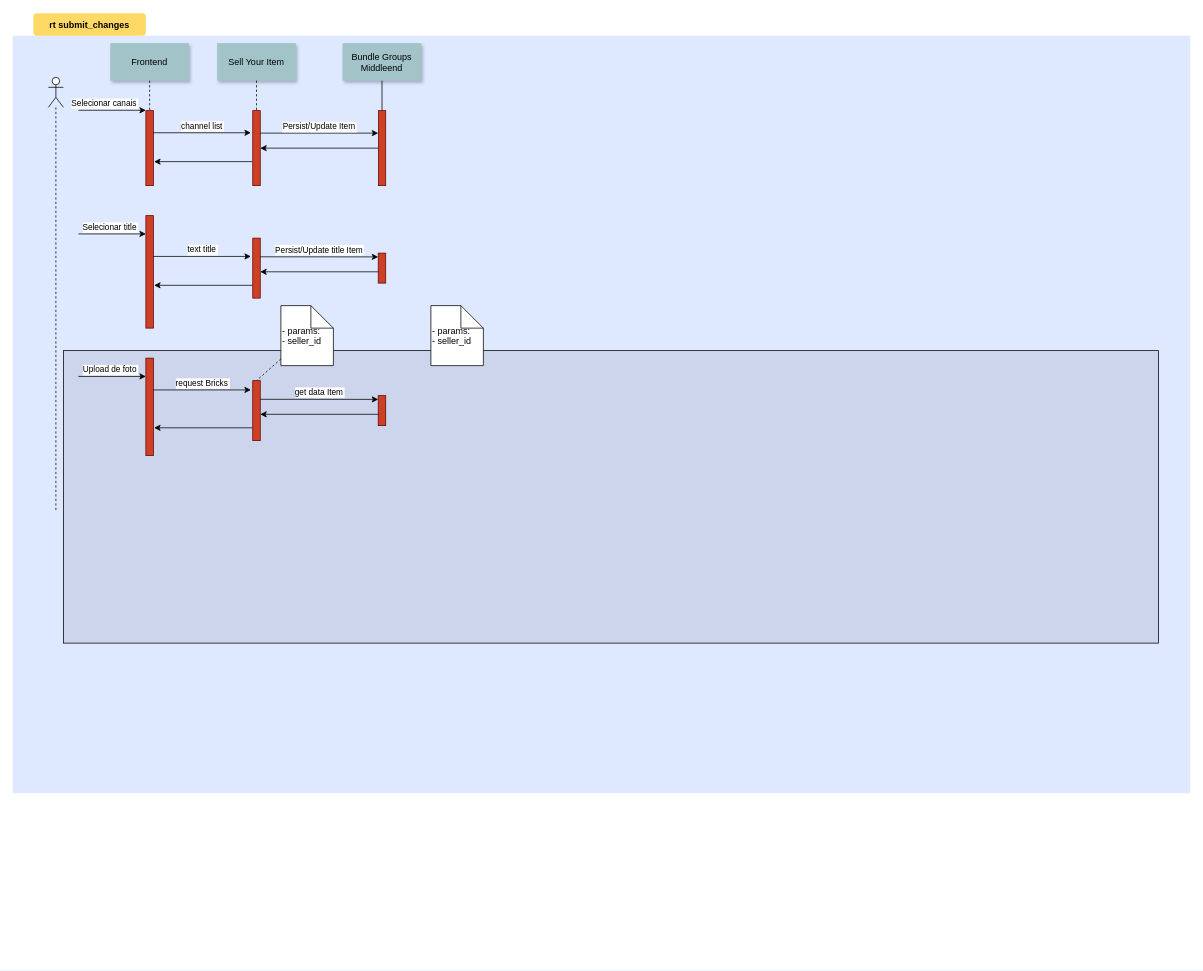
This is pasta/Diagrama sem nome.drawio from duducordeiro/draw, a draw.io file, before an edit. Source tidied: cells renumbered, new cells numbered last; positions are measured from the earlier drawing's top-left corner, leaving out a move shared by most shapes. Both pictures are drawn from the tidied source at 75%, with x=0, y=0 at pixel (12, 13).
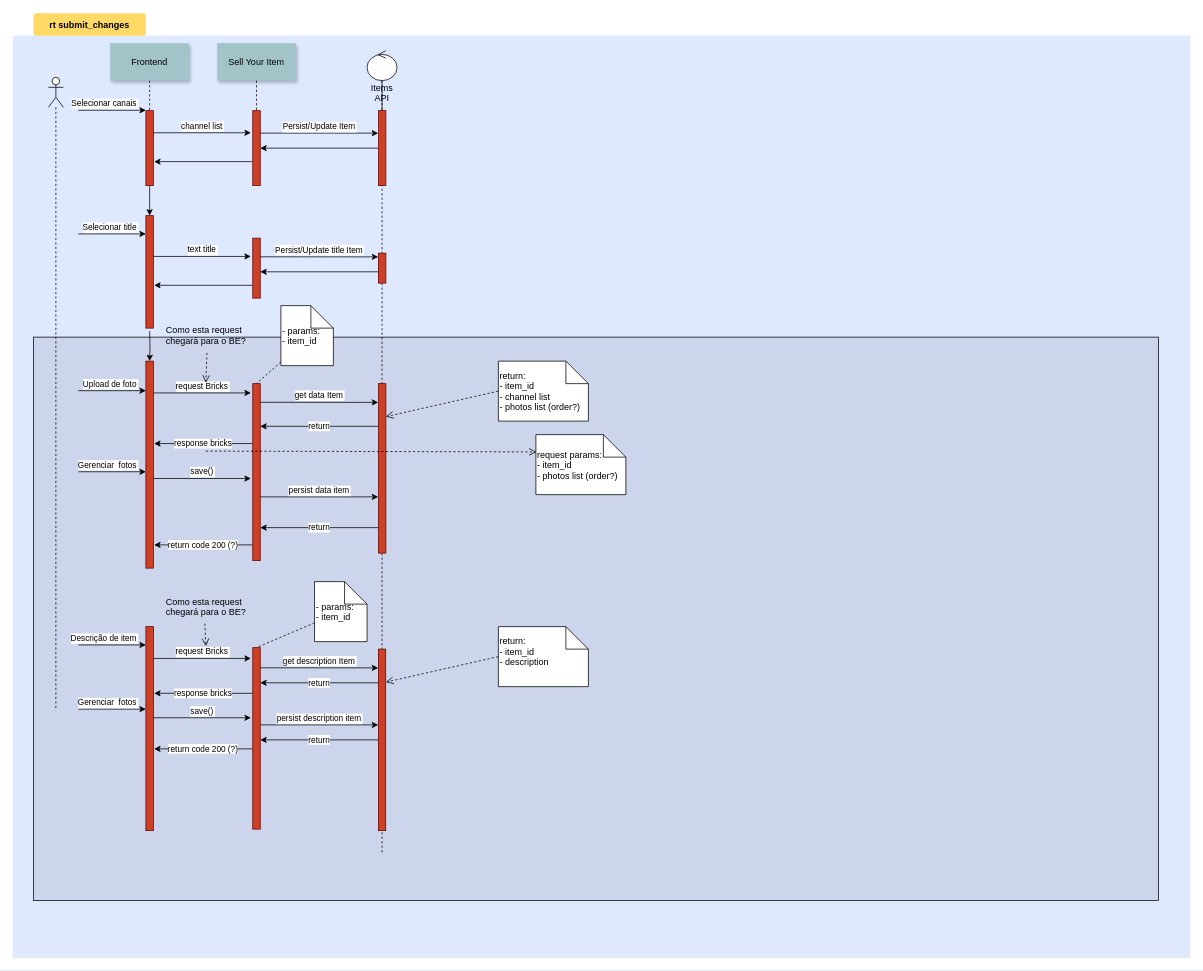
The same page after the edit.

Unchanged cells that the change refers to:
```xml
<mxCell id="4" style="fillColor=#CC4125;strokeColor=#660000;" parent="1" vertex="1">
  <mxGeometry x="178" y="130" width="10" height="100" as="geometry" />
</mxCell>
<mxCell id="22" style="fillColor=#CC4125;strokeColor=#660000;" parent="1" vertex="1">
  <mxGeometry x="178" y="270" width="10" height="150" as="geometry" />
</mxCell>
```

Diff of the diagram source:
```diff
@@
     <mxCell id="2" style="fillColor=#DEE8FF;strokeColor=none;" parent="1" vertex="1">
-      <mxGeometry x="0.5" y="30" width="1570" height="1010" as="geometry" />
+      <mxGeometry x="0.5" y="30" width="1570" height="1230" as="geometry" />
     </mxCell>
     <mxCell id="3" style="fillColor=#CCD5EB;" parent="1" vertex="1">
-      <mxGeometry x="68" y="450" width="1460" height="390" as="geometry" />
+      <mxGeometry x="28" y="432" width="1500" height="751" as="geometry" />
     </mxCell>
+    <mxCell id="39" style="edgeStyle=orthogonalEdgeStyle;rounded=0;jettySize=auto;html=1;" parent="1" edge="1" source="4" target="22">
+      <mxGeometry relative="1" as="geometry" />
+    </mxCell>
@@
-    <mxCell id="12" value="Bundle Groups &#10;Middleend" style="shadow=1;fillColor=#A2C4C9;strokeColor=none;" parent="1" vertex="1">
-      <mxGeometry x="440.3" y="40" width="105" height="50" as="geometry" />
-    </mxCell>
-    <mxCell id="13" style="edgeStyle=none;endArrow=none;" parent="1" edge="1" source="12" target="15">
-      <mxGeometry x="437" y="270" as="geometry" />
+    <mxCell id="13" style="edgeStyle=none;endArrow=none;" parent="1" edge="1" target="15">
+      <mxGeometry x="437" y="270" as="geometry">
+        <mxPoint x="492.8" y="90" as="sourcePoint" />
+      </mxGeometry>
     </mxCell>
@@
-    <mxCell id="15" style="fillColor=#CC4125;strokeColor=#660000;" parent="1" vertex="1">
-      <mxGeometry x="488" y="130" width="9.8" height="100" as="geometry" />
-    </mxCell>
@@
-    <mxCell id="18" value="- params:&#10;- seller_id" style="shape=note;align=left;" parent="1" vertex="1">
+    <mxCell id="18" value="- params:&#10;- item_id" style="shape=note;align=left;" parent="1" vertex="1">
       <mxGeometry x="358" y="390" width="70" height="80" as="geometry" />
     </mxCell>
-    <mxCell id="19" style="edgeStyle=none;endArrow=none;dashed=1;entryX=0.5;entryY=0;entryDx=0;entryDy=0;" parent="1" edge="1" source="18" target="31">
-      <mxGeometry x="1030" y="180" as="geometry" />
+    <mxCell id="19" style="edgeStyle=none;endArrow=none;dashed=1;entryX=0.5;entryY=0;entryDx=0;entryDy=0;" parent="1" edge="1" target="31">
+      <mxGeometry x="1030" y="184" as="geometry">
+        <mxPoint x="358" y="465.1" as="sourcePoint" />
+      </mxGeometry>
     </mxCell>
@@
     <mxCell id="21" style="shape=umlLifeline;participant=umlActor;perimeter=lifelinePerimeter;whiteSpace=wrap;html=1;verticalAlign=top;spacingTop=36;" parent="1" vertex="1">
-      <mxGeometry x="48" y="85.6" width="20" height="580" as="geometry" />
+      <mxGeometry x="48" y="85.6" width="20" height="844.4" as="geometry" />
     </mxCell>
+    <mxCell id="40" style="edgeStyle=orthogonalEdgeStyle;rounded=0;jettySize=auto;html=1;entryX=0.5;entryY=0;entryDx=0;entryDy=0;" parent="1" edge="1" target="30">
+      <mxGeometry relative="1" as="geometry">
+        <mxPoint x="183" y="424" as="sourcePoint" />
+      </mxGeometry>
+    </mxCell>
@@
-    <mxCell id="24" style="fillColor=#CC4125;strokeColor=#660000;" parent="1" vertex="1">
-      <mxGeometry x="487.8" y="320" width="10" height="40" as="geometry" />
-    </mxCell>
@@
     <mxCell id="30" style="fillColor=#CC4125;strokeColor=#660000;" parent="1" vertex="1">
-      <mxGeometry x="178" y="460" width="10" height="130" as="geometry" />
+      <mxGeometry x="178" y="464" width="10" height="276" as="geometry" />
     </mxCell>
     <mxCell id="31" style="fillColor=#CC4125;strokeColor=#660000;" parent="1" vertex="1">
-      <mxGeometry x="320.5" y="490" width="10" height="80" as="geometry" />
+      <mxGeometry x="320.5" y="494" width="10" height="236" as="geometry" />
     </mxCell>
-    <mxCell id="32" style="fillColor=#CC4125;strokeColor=#660000;" parent="1" vertex="1">
-      <mxGeometry x="487.8" y="510" width="10" height="40" as="geometry" />
-    </mxCell>
     <mxCell id="33" value="Upload de foto" style="edgeStyle=none;verticalLabelPosition=top;verticalAlign=bottom;labelPosition=left;align=right;" parent="1" edge="1">
-      <mxGeometry y="354.9" as="geometry">
-        <mxPoint x="88" y="484.4" as="sourcePoint" />
-        <mxPoint x="178" y="484.4" as="targetPoint" />
+      <mxGeometry y="373.9" as="geometry">
+        <mxPoint x="88" y="503.4" as="sourcePoint" />
+        <mxPoint x="178" y="503.4" as="targetPoint" />
         <mxPoint x="35" as="offset" />
       </mxGeometry>
     </mxCell>
-    <mxCell id="34" style="edgeStyle=orthogonalEdgeStyle;rounded=0;orthogonalLoop=1;jettySize=auto;html=1;entryX=1.1;entryY=0.68;entryDx=0;entryDy=0;exitX=-0.05;exitY=0.68;exitDx=0;exitDy=0;exitPerimeter=0;entryPerimeter=0;" parent="1" edge="1">
+    <mxCell id="34" value="response bricks" style="edgeStyle=orthogonalEdgeStyle;rounded=0;orthogonalLoop=1;jettySize=auto;html=1;entryX=1.1;entryY=0.68;entryDx=0;entryDy=0;exitX=-0.05;exitY=0.68;exitDx=0;exitDy=0;exitPerimeter=0;entryPerimeter=0;" parent="1" edge="1">
       <mxGeometry relative="1" as="geometry">
-        <mxPoint x="320" y="552.9" as="sourcePoint" />
-        <mxPoint x="189" y="552.9" as="targetPoint" />
+        <mxPoint x="320" y="573.9" as="sourcePoint" />
+        <mxPoint x="189" y="573.9" as="targetPoint" />
       </mxGeometry>
     </mxCell>
     <mxCell id="35" value="request Bricks" style="edgeStyle=none;verticalLabelPosition=top;verticalAlign=bottom;" parent="1" edge="1">
-      <mxGeometry x="220" y="434.9" as="geometry">
-        <mxPoint x="188" y="502.4" as="sourcePoint" />
-        <mxPoint x="318" y="502.4" as="targetPoint" />
+      <mxGeometry x="220" y="438.9" as="geometry">
+        <mxPoint x="188" y="506.4" as="sourcePoint" />
+        <mxPoint x="318" y="506.4" as="targetPoint" />
       </mxGeometry>
     </mxCell>
-    <mxCell id="36" style="edgeStyle=orthogonalEdgeStyle;rounded=0;orthogonalLoop=1;jettySize=auto;html=1;entryX=1;entryY=0.5;entryDx=0;entryDy=0;" parent="1" edge="1">
+    <mxCell id="36" value="return" style="edgeStyle=orthogonalEdgeStyle;rounded=0;orthogonalLoop=1;jettySize=auto;html=1;entryX=1;entryY=0.5;entryDx=0;entryDy=0;" parent="1" edge="1">
       <mxGeometry relative="1" as="geometry">
-        <mxPoint x="488" y="534.9" as="sourcePoint" />
-        <mxPoint x="330.5" y="534.9" as="targetPoint" />
+        <mxPoint x="488" y="550.9" as="sourcePoint" />
+        <mxPoint x="330.5" y="550.9" as="targetPoint" />
       </mxGeometry>
     </mxCell>
     <mxCell id="37" value="get data Item" style="edgeStyle=elbowEdgeStyle;elbow=vertical;verticalLabelPosition=top;verticalAlign=bottom;" parent="1" edge="1">
-      <mxGeometry x="350" y="572.9" as="geometry">
-        <mxPoint x="330.5" y="514.9" as="sourcePoint" />
-        <mxPoint x="487.8" y="514.9" as="targetPoint" />
+      <mxGeometry x="350" y="576.9" as="geometry">
+        <mxPoint x="330.5" y="518.9" as="sourcePoint" />
+        <mxPoint x="487.8" y="518.9" as="targetPoint" />
       </mxGeometry>
     </mxCell>
-    <mxCell id="38" value="- params:&#10;- seller_id" style="shape=note;align=left;" parent="1" vertex="1">
-      <mxGeometry x="558" y="390" width="70" height="80" as="geometry" />
+    <mxCell id="38" value="return:&#10;- item_id&#10;- channel list&#10;- photos list (order?)" style="shape=note;align=left;" parent="1" vertex="1">
+      <mxGeometry x="648" y="464" width="120" height="80" as="geometry" />
     </mxCell>
+    <mxCell id="41" value="&lt;span style=&quot;&quot;&gt;Items API&lt;/span&gt;" style="shape=umlLifeline;participant=umlControl;perimeter=lifelinePerimeter;whiteSpace=wrap;html=1;verticalAlign=top;spacingTop=36;" parent="1" vertex="1">
+      <mxGeometry x="472.9" y="50" width="40" height="1070" as="geometry" />
+    </mxCell>
+    <mxCell id="15" style="fillColor=#CC4125;strokeColor=#660000;" parent="41" vertex="1">
+      <mxGeometry x="15.3" y="80" width="9.8" height="100" as="geometry" />
+    </mxCell>
+    <mxCell id="24" style="fillColor=#CC4125;strokeColor=#660000;" parent="41" vertex="1">
+      <mxGeometry x="15.1" y="270" width="10" height="40" as="geometry" />
+    </mxCell>
+    <mxCell id="32" style="fillColor=#CC4125;strokeColor=#660000;" parent="41" vertex="1">
+      <mxGeometry x="15.3" y="444" width="9.8" height="226" as="geometry" />
+    </mxCell>
+    <mxCell id="42" style="fillColor=#CC4125;strokeColor=#660000;" parent="41" vertex="1">
+      <mxGeometry x="15.1" y="798" width="9.8" height="242" as="geometry" />
+    </mxCell>
+    <mxCell id="43" value="return code 200 (?)" style="edgeStyle=orthogonalEdgeStyle;rounded=0;orthogonalLoop=1;jettySize=auto;html=1;entryX=1.1;entryY=0.68;entryDx=0;entryDy=0;exitX=-0.05;exitY=0.68;exitDx=0;exitDy=0;exitPerimeter=0;entryPerimeter=0;" parent="1" edge="1">
+      <mxGeometry relative="1" as="geometry">
+        <mxPoint x="320" y="709" as="sourcePoint" />
+        <mxPoint x="189" y="709" as="targetPoint" />
+      </mxGeometry>
+    </mxCell>
+    <mxCell id="44" value="save()" style="edgeStyle=none;verticalLabelPosition=top;verticalAlign=bottom;" parent="1" edge="1">
+      <mxGeometry x="220" y="553" as="geometry">
+        <mxPoint x="188" y="620.5" as="sourcePoint" />
+        <mxPoint x="318" y="620.5" as="targetPoint" />
+      </mxGeometry>
+    </mxCell>
+    <mxCell id="45" value="return" style="edgeStyle=orthogonalEdgeStyle;rounded=0;orthogonalLoop=1;jettySize=auto;html=1;entryX=1;entryY=0.5;entryDx=0;entryDy=0;" parent="1" edge="1">
+      <mxGeometry relative="1" as="geometry">
+        <mxPoint x="488" y="686" as="sourcePoint" />
+        <mxPoint x="330.5" y="686" as="targetPoint" />
+      </mxGeometry>
+    </mxCell>
+    <mxCell id="46" value="persist data item" style="edgeStyle=elbowEdgeStyle;elbow=vertical;verticalLabelPosition=top;verticalAlign=bottom;" parent="1" edge="1">
+      <mxGeometry x="350" y="703" as="geometry">
+        <mxPoint x="330.5" y="645" as="sourcePoint" />
+        <mxPoint x="487.8" y="645" as="targetPoint" />
+      </mxGeometry>
+    </mxCell>
+    <mxCell id="47" value="Gerenciar  fotos" style="edgeStyle=none;verticalLabelPosition=top;verticalAlign=bottom;labelPosition=left;align=right;" parent="1" edge="1">
+      <mxGeometry y="482" as="geometry">
+        <mxPoint x="88" y="611.5" as="sourcePoint" />
+        <mxPoint x="178" y="611.5" as="targetPoint" />
+        <mxPoint x="35" as="offset" />
+      </mxGeometry>
+    </mxCell>
+    <mxCell id="48" value="request params:&#10;- item_id&#10;- photos list (order?)" style="shape=note;align=left;" parent="1" vertex="1">
+      <mxGeometry x="698" y="562" width="120" height="80" as="geometry" />
+    </mxCell>
+    <mxCell id="49" style="html=1;verticalAlign=bottom;endArrow=open;dashed=1;endSize=8;rounded=0;entryX=0.008;entryY=0.288;entryDx=0;entryDy=0;entryPerimeter=0;" parent="1" edge="1" target="48">
+      <mxGeometry x="-0.17" y="-27" relative="1" as="geometry">
+        <mxPoint x="258" y="584" as="sourcePoint" />
+      </mxGeometry>
+    </mxCell>
+    <mxCell id="50" style="html=1;verticalAlign=bottom;endArrow=open;dashed=1;endSize=8;rounded=0;exitX=0;exitY=0.5;exitDx=0;exitDy=0;exitPerimeter=0;" parent="1" edge="1" source="38">
+      <mxGeometry relative="1" as="geometry">
+        <mxPoint x="498" y="538" as="targetPoint" />
+      </mxGeometry>
+    </mxCell>
+    <mxCell id="51" style="edgeStyle=none;endArrow=none;dashed=1;entryX=0.5;entryY=0;entryDx=0;entryDy=0;" parent="1" edge="1" source="64" target="53">
+      <mxGeometry x="1030" y="538" as="geometry" />
+    </mxCell>
+    <mxCell id="52" style="fillColor=#CC4125;strokeColor=#660000;" parent="1" vertex="1">
+      <mxGeometry x="178" y="818" width="10" height="272" as="geometry" />
+    </mxCell>
+    <mxCell id="53" style="fillColor=#CC4125;strokeColor=#660000;" parent="1" vertex="1">
+      <mxGeometry x="320.5" y="846" width="10" height="242" as="geometry" />
+    </mxCell>
+    <mxCell id="54" value="Descrição de item" style="edgeStyle=none;verticalLabelPosition=top;verticalAlign=bottom;labelPosition=left;align=right;" parent="1" edge="1">
+      <mxGeometry y="712.9" as="geometry">
+        <mxPoint x="88" y="842.4" as="sourcePoint" />
+        <mxPoint x="178" y="842.4" as="targetPoint" />
+        <mxPoint x="35" as="offset" />
+      </mxGeometry>
+    </mxCell>
+    <mxCell id="55" value="response bricks" style="edgeStyle=orthogonalEdgeStyle;rounded=0;orthogonalLoop=1;jettySize=auto;html=1;entryX=1.1;entryY=0.68;entryDx=0;entryDy=0;exitX=-0.05;exitY=0.68;exitDx=0;exitDy=0;exitPerimeter=0;entryPerimeter=0;" parent="1" edge="1">
+      <mxGeometry relative="1" as="geometry">
+        <mxPoint x="320" y="906.9" as="sourcePoint" />
+        <mxPoint x="189" y="906.9" as="targetPoint" />
+      </mxGeometry>
+    </mxCell>
+    <mxCell id="56" value="request Bricks" style="edgeStyle=none;verticalLabelPosition=top;verticalAlign=bottom;" parent="1" edge="1">
+      <mxGeometry x="220" y="792.9" as="geometry">
+        <mxPoint x="188" y="860.4" as="sourcePoint" />
+        <mxPoint x="318" y="860.4" as="targetPoint" />
+      </mxGeometry>
+    </mxCell>
+    <mxCell id="57" value="return" style="edgeStyle=orthogonalEdgeStyle;rounded=0;orthogonalLoop=1;jettySize=auto;html=1;entryX=1;entryY=0.5;entryDx=0;entryDy=0;" parent="1" edge="1">
+      <mxGeometry relative="1" as="geometry">
+        <mxPoint x="488" y="892.9" as="sourcePoint" />
+        <mxPoint x="330.5" y="892.9" as="targetPoint" />
+      </mxGeometry>
+    </mxCell>
+    <mxCell id="58" value="get description Item" style="edgeStyle=elbowEdgeStyle;elbow=vertical;verticalLabelPosition=top;verticalAlign=bottom;" parent="1" edge="1">
+      <mxGeometry x="350" y="930.9" as="geometry">
+        <mxPoint x="330.5" y="872.9" as="sourcePoint" />
+        <mxPoint x="487.8" y="872.9" as="targetPoint" />
+      </mxGeometry>
+    </mxCell>
+    <mxCell id="59" value="return code 200 (?)" style="edgeStyle=orthogonalEdgeStyle;rounded=0;orthogonalLoop=1;jettySize=auto;html=1;entryX=1.1;entryY=0.68;entryDx=0;entryDy=0;exitX=-0.05;exitY=0.68;exitDx=0;exitDy=0;exitPerimeter=0;entryPerimeter=0;" parent="1" edge="1">
+      <mxGeometry relative="1" as="geometry">
+        <mxPoint x="320" y="981" as="sourcePoint" />
+        <mxPoint x="189" y="981" as="targetPoint" />
+      </mxGeometry>
+    </mxCell>
+    <mxCell id="60" value="save()" style="edgeStyle=none;verticalLabelPosition=top;verticalAlign=bottom;" parent="1" edge="1">
+      <mxGeometry x="220" y="872" as="geometry">
+        <mxPoint x="188" y="939.5" as="sourcePoint" />
+        <mxPoint x="318" y="939.5" as="targetPoint" />
+      </mxGeometry>
+    </mxCell>
+    <mxCell id="61" value="return" style="edgeStyle=orthogonalEdgeStyle;rounded=0;orthogonalLoop=1;jettySize=auto;html=1;entryX=1;entryY=0.5;entryDx=0;entryDy=0;" parent="1" edge="1">
+      <mxGeometry relative="1" as="geometry">
+        <mxPoint x="488" y="969" as="sourcePoint" />
+        <mxPoint x="330.5" y="969" as="targetPoint" />
+      </mxGeometry>
+    </mxCell>
+    <mxCell id="62" value="persist description item" style="edgeStyle=elbowEdgeStyle;elbow=vertical;verticalLabelPosition=top;verticalAlign=bottom;" parent="1" edge="1">
+      <mxGeometry x="350" y="1007" as="geometry">
+        <mxPoint x="330.5" y="949" as="sourcePoint" />
+        <mxPoint x="487.8" y="949" as="targetPoint" />
+      </mxGeometry>
+    </mxCell>
+    <mxCell id="63" value="Gerenciar  fotos" style="edgeStyle=none;verticalLabelPosition=top;verticalAlign=bottom;labelPosition=left;align=right;" parent="1" edge="1">
+      <mxGeometry y="798.5" as="geometry">
+        <mxPoint x="88" y="928" as="sourcePoint" />
+        <mxPoint x="178" y="928" as="targetPoint" />
+        <mxPoint x="35" as="offset" />
+      </mxGeometry>
+    </mxCell>
+    <mxCell id="64" value="- params:&#10;- item_id" style="shape=note;align=left;" parent="1" vertex="1">
+      <mxGeometry x="402.9" y="758" width="70" height="80" as="geometry" />
+    </mxCell>
+    <mxCell id="65" value="return:&#10;- item_id&#10;- description&#10;" style="shape=note;align=left;" parent="1" vertex="1">
+      <mxGeometry x="648" y="818" width="120" height="80" as="geometry" />
+    </mxCell>
+    <mxCell id="66" style="html=1;verticalAlign=bottom;endArrow=open;dashed=1;endSize=8;rounded=0;exitX=0;exitY=0.5;exitDx=0;exitDy=0;exitPerimeter=0;" parent="1" edge="1" source="65">
+      <mxGeometry relative="1" as="geometry">
+        <mxPoint x="498" y="892" as="targetPoint" />
+      </mxGeometry>
+    </mxCell>
+    <mxCell id="67" style="html=1;verticalAlign=bottom;endArrow=open;dashed=1;endSize=8;rounded=0;exitX=0.857;exitY=1;exitDx=0;exitDy=0;exitPerimeter=0;" parent="1" edge="1">
+      <mxGeometry relative="1" as="geometry">
+        <mxPoint x="256.6" y="814" as="sourcePoint" />
+        <mxPoint x="258" y="844" as="targetPoint" />
+      </mxGeometry>
+    </mxCell>
+    <mxCell id="68" value="Como esta request&#10;chegará para o BE?" style="text;strokeColor=none;fillColor=none;spacing=4;spacingTop=7;overflow=hidden;rounded=0;strokeWidth=1;whiteSpace=wrap;" parent="1" vertex="1">
+      <mxGeometry x="200.5" y="762" width="120" height="60" as="geometry" />
+    </mxCell>
+    <mxCell id="69" value="Como esta request&#10;chegará para o BE?" style="text;strokeColor=none;fillColor=none;spacing=4;spacingTop=7;overflow=hidden;rounded=0;strokeWidth=1;whiteSpace=wrap;" parent="1" vertex="1">
+      <mxGeometry x="200.5" y="400" width="120" height="60" as="geometry" />
+    </mxCell>
+    <mxCell id="70" style="html=1;verticalAlign=bottom;endArrow=open;dashed=1;endSize=8;rounded=0;" parent="1" edge="1">
+      <mxGeometry relative="1" as="geometry">
+        <mxPoint x="259.4" y="453" as="sourcePoint" />
+        <mxPoint x="258" y="493" as="targetPoint" />
+      </mxGeometry>
+    </mxCell>
```
